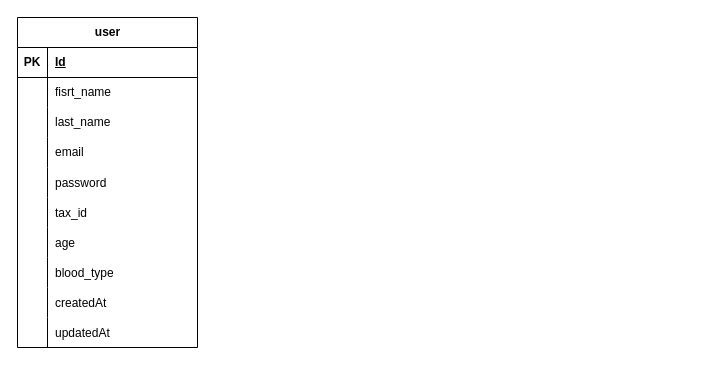
Above: EDR.drawio in AriasDaniel7/monorepo-nx (draw.io), before the change. Source tidied: cells renumbered, new cells numbered last; positions are measured from the earlier drawing's top-left corner, leaving out a move shared by most shapes. Both pictures are drawn from the tidied source at 100%, with x=0, y=0 at pixel (17, 17).
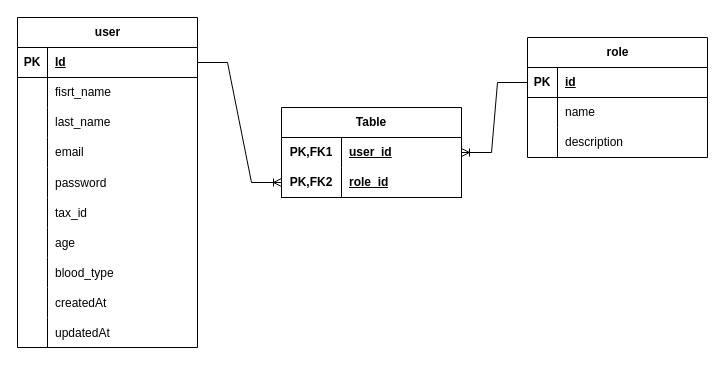
Above is the later version.

Unchanged cells that the change refers to:
```xml
<mxCell id="3" style="shape=tableRow;horizontal=0;startSize=0;swimlaneHead=0;swimlaneBody=0;fillColor=none;points=[[0,0.5],[1,0.5]];portConstraint=eastwest;top=0;left=0;right=0;bottom=1;" parent="2" vertex="1">
  <mxGeometry y="30" width="180" height="30" as="geometry" />
</mxCell>
```

Diff of the diagram source:
```diff
@@
+    <mxCell id="33" value="role" style="shape=table;startSize=30;childLayout=tableLayout;rowLines=0;fontStyle=1;align=center;html=1;" parent="1" vertex="1">
+      <mxGeometry x="510" y="20" width="180" height="120" as="geometry" />
+    </mxCell>
+    <mxCell id="34" style="shape=tableRow;horizontal=0;startSize=0;swimlaneHead=0;swimlaneBody=0;fillColor=none;points=[[0,0.5],[1,0.5]];portConstraint=eastwest;top=0;left=0;right=0;bottom=1;" parent="33" vertex="1">
+      <mxGeometry y="30" width="180" height="30" as="geometry" />
+    </mxCell>
+    <mxCell id="35" value="PK" style="shape=partialRectangle;fillColor=none;top=0;left=0;bottom=0;right=0;fontStyle=1;overflow=hidden;whiteSpace=wrap;html=1;" parent="34" vertex="1">
+      <mxGeometry width="30" height="30" as="geometry" />
+    </mxCell>
+    <mxCell id="36" value="&lt;div&gt;id&lt;/div&gt;" style="shape=partialRectangle;fillColor=none;top=0;left=0;bottom=0;right=0;align=left;spacingLeft=6;fontStyle=5;overflow=hidden;whiteSpace=wrap;html=1;" parent="34" vertex="1">
+      <mxGeometry x="30" width="150" height="30" as="geometry" />
+    </mxCell>
+    <mxCell id="37" style="shape=tableRow;horizontal=0;startSize=0;swimlaneHead=0;swimlaneBody=0;fillColor=none;top=0;left=0;right=0;bottom=0;" parent="33" vertex="1">
+      <mxGeometry y="60" width="180" height="30" as="geometry" />
+    </mxCell>
+    <mxCell id="38" style="shape=partialRectangle;fillColor=none;top=0;left=0;bottom=0;right=0;overflow=hidden;whiteSpace=wrap;html=1;" parent="37" vertex="1">
+      <mxGeometry width="30" height="30" as="geometry" />
+    </mxCell>
+    <mxCell id="39" value="name" style="shape=partialRectangle;fillColor=none;top=0;left=0;bottom=0;right=0;align=left;spacingLeft=6;overflow=hidden;whiteSpace=wrap;html=1;" parent="37" vertex="1">
+      <mxGeometry x="30" width="150" height="30" as="geometry" />
+    </mxCell>
+    <mxCell id="40" style="shape=tableRow;horizontal=0;startSize=0;swimlaneHead=0;swimlaneBody=0;fillColor=none;top=0;left=0;right=0;bottom=0;" parent="33" vertex="1">
+      <mxGeometry y="90" width="180" height="30" as="geometry" />
+    </mxCell>
+    <mxCell id="41" style="shape=partialRectangle;fillColor=none;top=0;left=0;bottom=0;right=0;overflow=hidden;whiteSpace=wrap;html=1;" parent="40" vertex="1">
+      <mxGeometry width="30" height="30" as="geometry" />
+    </mxCell>
+    <mxCell id="42" value="&lt;div&gt;description&lt;/div&gt;" style="shape=partialRectangle;fillColor=none;top=0;left=0;bottom=0;right=0;align=left;spacingLeft=6;overflow=hidden;whiteSpace=wrap;html=1;" parent="40" vertex="1">
+      <mxGeometry x="30" width="150" height="30" as="geometry" />
+    </mxCell>
+    <mxCell id="43" value="Table" style="shape=table;startSize=30;childLayout=tableLayout;rowLines=0;fontStyle=1;align=center;html=1;whiteSpace=wrap;" parent="1" vertex="1">
+      <mxGeometry x="264" y="90" width="180" height="90" as="geometry" />
+    </mxCell>
+    <mxCell id="44" style="shape=tableRow;horizontal=0;startSize=0;swimlaneHead=0;swimlaneBody=0;fillColor=none;points=[[0,0.5],[1,0.5]];portConstraint=eastwest;top=0;left=0;right=0;bottom=0;html=1;" parent="43" vertex="1">
+      <mxGeometry y="30" width="180" height="30" as="geometry" />
+    </mxCell>
+    <mxCell id="45" value="PK,FK1" style="shape=partialRectangle;fillColor=none;top=0;left=0;bottom=0;right=0;fontStyle=1;overflow=hidden;html=1;whiteSpace=wrap;" parent="44" vertex="1">
+      <mxGeometry width="60" height="30" as="geometry" />
+    </mxCell>
+    <mxCell id="46" value="&lt;div&gt;user_id&lt;/div&gt;" style="shape=partialRectangle;fillColor=none;top=0;left=0;bottom=0;right=0;align=left;spacingLeft=6;fontStyle=5;overflow=hidden;html=1;whiteSpace=wrap;" parent="44" vertex="1">
+      <mxGeometry x="60" width="120" height="30" as="geometry" />
+    </mxCell>
+    <mxCell id="47" style="shape=tableRow;horizontal=0;startSize=0;swimlaneHead=0;swimlaneBody=0;fillColor=none;points=[[0,0.5],[1,0.5]];portConstraint=eastwest;top=0;left=0;right=0;bottom=1;html=1;" parent="43" vertex="1">
+      <mxGeometry y="60" width="180" height="30" as="geometry" />
+    </mxCell>
+    <mxCell id="48" value="PK,FK2" style="shape=partialRectangle;fillColor=none;top=0;left=0;bottom=0;right=0;fontStyle=1;overflow=hidden;html=1;whiteSpace=wrap;" parent="47" vertex="1">
+      <mxGeometry width="60" height="30" as="geometry" />
+    </mxCell>
+    <mxCell id="49" value="&lt;div&gt;role_id&lt;/div&gt;" style="shape=partialRectangle;fillColor=none;top=0;left=0;bottom=0;right=0;align=left;spacingLeft=6;fontStyle=5;overflow=hidden;html=1;whiteSpace=wrap;" parent="47" vertex="1">
+      <mxGeometry x="60" width="120" height="30" as="geometry" />
+    </mxCell>
+    <mxCell id="50" style="edgeStyle=entityRelationEdgeStyle;fontSize=12;html=1;endArrow=ERoneToMany;rounded=0;exitX=0;exitY=0.5;exitDx=0;exitDy=0;" parent="1" edge="1" source="34" target="44">
+      <mxGeometry relative="1" as="geometry" />
+    </mxCell>
+    <mxCell id="51" style="edgeStyle=entityRelationEdgeStyle;fontSize=12;html=1;endArrow=ERoneToMany;rounded=0;entryX=0;entryY=0.5;entryDx=0;entryDy=0;exitX=1;exitY=0.5;exitDx=0;exitDy=0;" parent="1" edge="1" source="3" target="47">
+      <mxGeometry relative="1" as="geometry" />
+    </mxCell>
```
